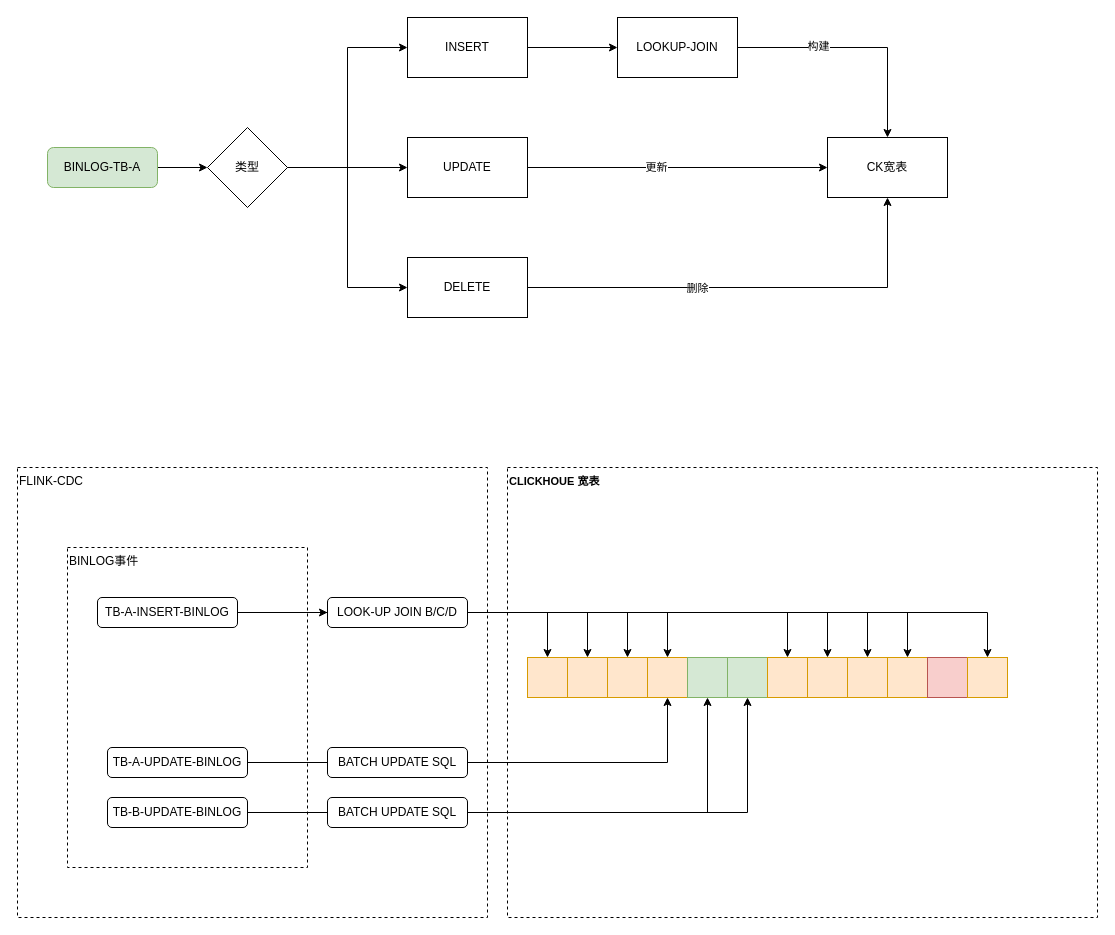
smileLuckBoy/drowio keeps this draw.io diagram as page "CK宽表构建" (3 of 4) of wiz/数据架构.drawio. Above is the earlier version. Source tidied: cells renumbered, new cells numbered last; positions are measured from the earlier drawing's top-left corner, leaving out a move shared by most shapes. Both pictures are drawn from the tidied source at 100%, with x=0, y=0 at pixel (17, 17).
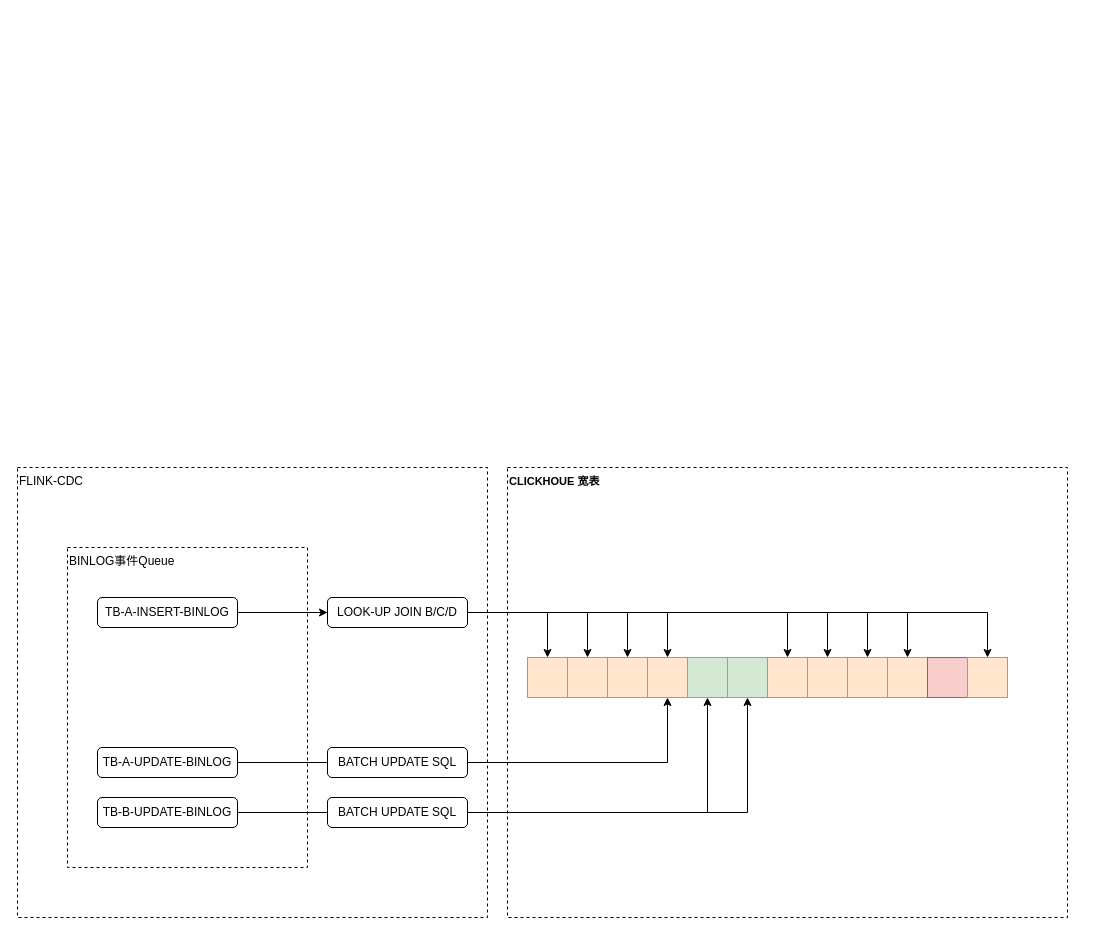
Above is the later version.

Change to the diagram source:
```diff
@@
     <mxCell id="3" value="&lt;span style=&quot;font-size: 11px; font-weight: 700; text-align: center; text-wrap-mode: nowrap; background-color: rgb(255, 255, 255);&quot;&gt;CLICKHOUE 宽表&lt;/span&gt;" style="rounded=0;whiteSpace=wrap;html=1;align=left;verticalAlign=top;dashed=1;" parent="1" vertex="1">
-      <mxGeometry x="490" y="450" width="590" height="450" as="geometry" />
+      <mxGeometry x="490" y="450" width="560" height="450" as="geometry" />
     </mxCell>
-    <mxCell id="4" value="BINLOG事件" style="rounded=0;whiteSpace=wrap;html=1;align=left;verticalAlign=top;dashed=1;" parent="1" vertex="1">
+    <mxCell id="4" value="BINLOG事件Queue" style="rounded=0;whiteSpace=wrap;html=1;align=left;verticalAlign=top;dashed=1;" parent="1" vertex="1">
       <mxGeometry x="50" y="530" width="240" height="320" as="geometry" />
     </mxCell>
-    <mxCell id="5" style="edgeStyle=orthogonalEdgeStyle;rounded=0;jettySize=auto;html=1;" parent="1" edge="1" source="6" target="10">
-      <mxGeometry relative="1" as="geometry" />
-    </mxCell>
-    <mxCell id="6" value="BINLOG-TB-A" style="rounded=1;whiteSpace=wrap;html=1;fillColor=#d5e8d4;strokeColor=#82b366;" parent="1" vertex="1">
-      <mxGeometry x="30" y="130" width="110" height="40" as="geometry" />
-    </mxCell>
-    <mxCell id="7" style="edgeStyle=orthogonalEdgeStyle;rounded=0;jettySize=auto;html=1;entryX=0;entryY=0.5;entryDx=0;entryDy=0;" parent="1" edge="1" source="10" target="12">
-      <mxGeometry relative="1" as="geometry" />
-    </mxCell>
-    <mxCell id="8" style="edgeStyle=orthogonalEdgeStyle;rounded=0;jettySize=auto;html=1;entryX=0;entryY=0.5;entryDx=0;entryDy=0;" parent="1" edge="1" source="10" target="15">
-      <mxGeometry relative="1" as="geometry" />
-    </mxCell>
-    <mxCell id="9" style="edgeStyle=orthogonalEdgeStyle;rounded=0;jettySize=auto;html=1;entryX=0;entryY=0.5;entryDx=0;entryDy=0;" parent="1" edge="1" source="10" target="18">
-      <mxGeometry relative="1" as="geometry" />
-    </mxCell>
-    <mxCell id="10" value="类型" style="rhombus;whiteSpace=wrap;html=1;rounded=0;" parent="1" vertex="1">
-      <mxGeometry x="190" y="110" width="80" height="80" as="geometry" />
-    </mxCell>
-    <mxCell id="11" style="edgeStyle=orthogonalEdgeStyle;rounded=0;jettySize=auto;html=1;" parent="1" edge="1" source="12" target="22">
-      <mxGeometry relative="1" as="geometry" />
-    </mxCell>
-    <mxCell id="12" value="INSERT" style="rounded=0;whiteSpace=wrap;html=1;" parent="1" vertex="1">
-      <mxGeometry x="390" width="120" height="60" as="geometry" />
-    </mxCell>
-    <mxCell id="13" style="edgeStyle=orthogonalEdgeStyle;rounded=0;jettySize=auto;html=1;entryX=0;entryY=0.5;entryDx=0;entryDy=0;" parent="1" edge="1" source="15" target="19">
-      <mxGeometry relative="1" as="geometry" />
-    </mxCell>
-    <mxCell id="14" value="更新" style="edgeLabel;html=1;align=center;verticalAlign=middle;" parent="13" vertex="1">
-      <mxGeometry x="-0.15" y="1" relative="1" as="geometry" />
-    </mxCell>
-    <mxCell id="15" value="UPDATE" style="rounded=0;whiteSpace=wrap;html=1;" parent="1" vertex="1">
-      <mxGeometry x="390" y="120" width="120" height="60" as="geometry" />
-    </mxCell>
-    <mxCell id="16" style="edgeStyle=orthogonalEdgeStyle;rounded=0;jettySize=auto;html=1;entryX=0.5;entryY=1;entryDx=0;entryDy=0;" parent="1" edge="1" source="18" target="19">
-      <mxGeometry relative="1" as="geometry" />
-    </mxCell>
-    <mxCell id="17" value="删除" style="edgeLabel;html=1;align=center;verticalAlign=middle;" parent="16" vertex="1">
-      <mxGeometry x="-0.25" y="-2" relative="1" as="geometry">
-        <mxPoint y="-2" as="offset" />
-      </mxGeometry>
-    </mxCell>
-    <mxCell id="18" value="DELETE" style="rounded=0;whiteSpace=wrap;html=1;" parent="1" vertex="1">
-      <mxGeometry x="390" y="240" width="120" height="60" as="geometry" />
-    </mxCell>
-    <mxCell id="19" value="CK宽表" style="rounded=0;whiteSpace=wrap;html=1;" parent="1" vertex="1">
-      <mxGeometry x="810" y="120" width="120" height="60" as="geometry" />
-    </mxCell>
-    <mxCell id="20" style="edgeStyle=orthogonalEdgeStyle;rounded=0;jettySize=auto;html=1;entryX=0.5;entryY=0;entryDx=0;entryDy=0;" parent="1" edge="1" source="22" target="19">
-      <mxGeometry relative="1" as="geometry" />
-    </mxCell>
-    <mxCell id="21" value="构建" style="edgeLabel;html=1;align=center;verticalAlign=middle;" parent="20" vertex="1">
-      <mxGeometry x="-0.33" y="2" relative="1" as="geometry" />
-    </mxCell>
-    <mxCell id="22" value="LOOKUP-JOIN" style="rounded=0;whiteSpace=wrap;html=1;" parent="1" vertex="1">
-      <mxGeometry x="600" width="120" height="60" as="geometry" />
-    </mxCell>
@@
     <mxCell id="47" value="TB-B-UPDATE-BINLOG" style="rounded=1;whiteSpace=wrap;html=1;" parent="1" vertex="1">
-      <mxGeometry x="90" y="780" width="140" height="30" as="geometry" />
+      <mxGeometry x="80" y="780" width="140" height="30" as="geometry" />
     </mxCell>
@@
     <mxCell id="50" value="TB-A-UPDATE-BINLOG" style="rounded=1;whiteSpace=wrap;html=1;" parent="1" vertex="1">
-      <mxGeometry x="90" y="730" width="140" height="30" as="geometry" />
+      <mxGeometry x="80" y="730" width="140" height="30" as="geometry" />
     </mxCell>
```
